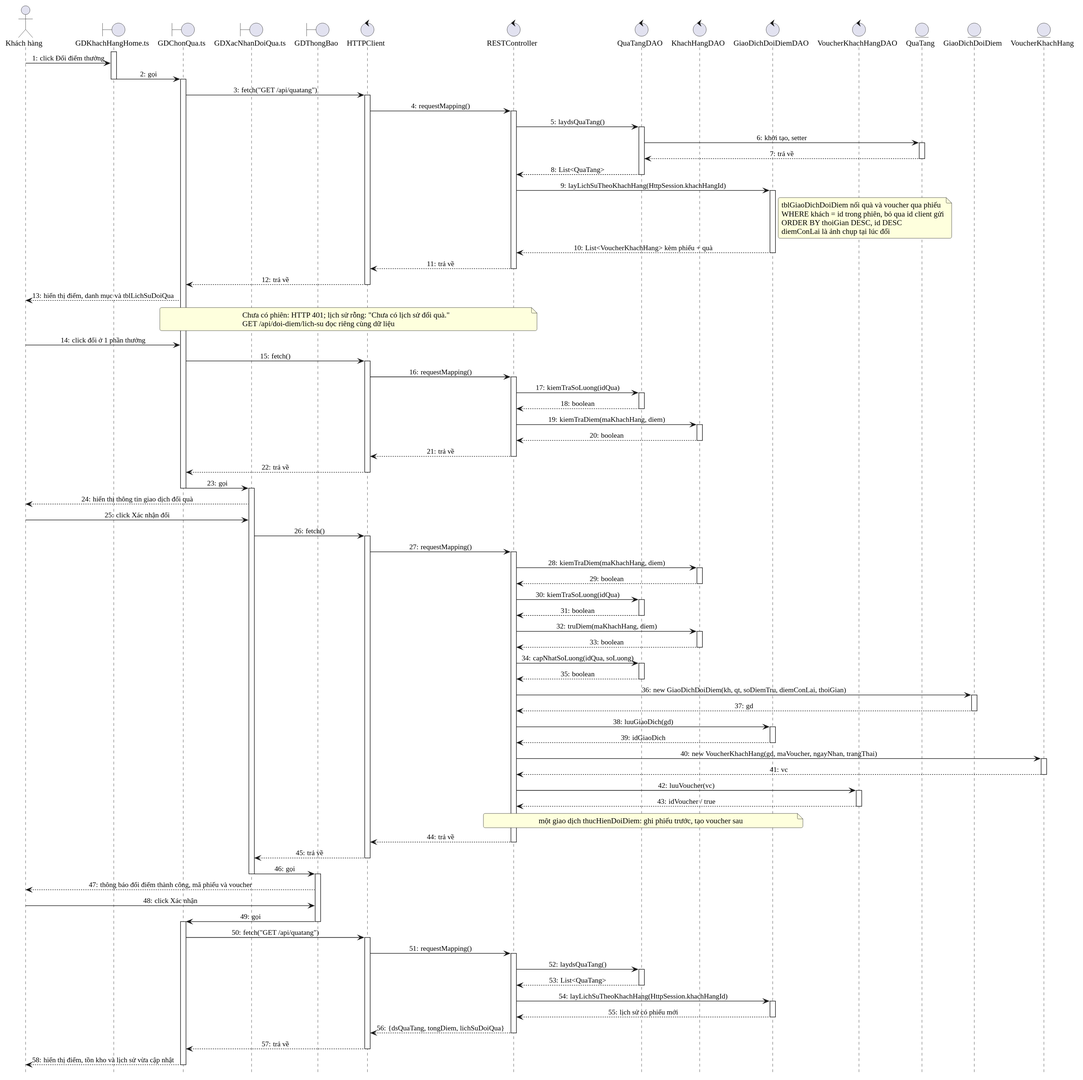
Above: diagrams/out/hinh-3-25-tuan-tu-doi-diem.svg in 22imer/PTTK-CineMan (PlantUML), before the change.
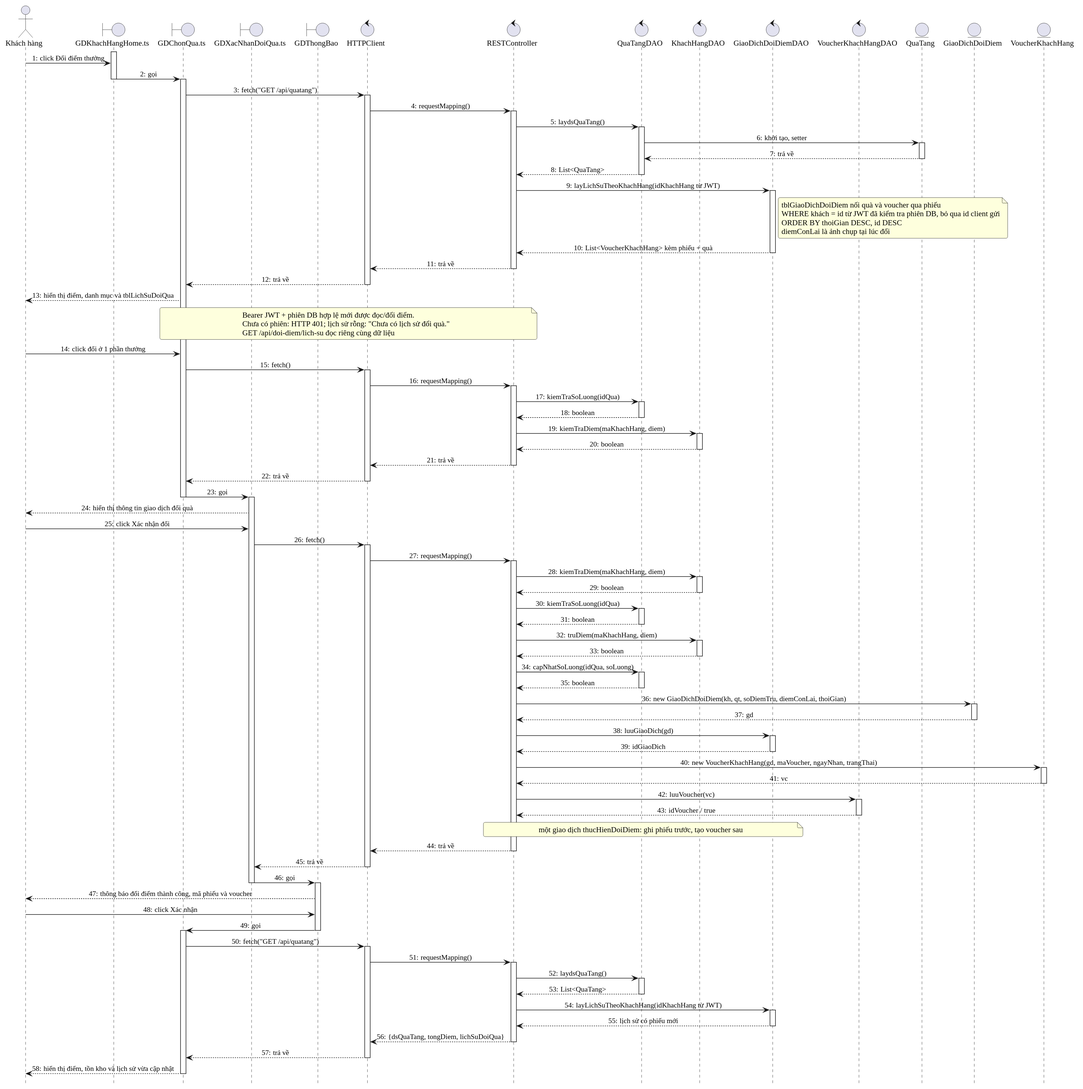
Later version of the same file.

Diff of the diagram source:
```diff
@@ -40,10 +40,10 @@
 QTD -> QTE ++ : khởi tạo, setter
 QTE --> QTD -- : trả về
 QTD --> RC -- : List<QuaTang>
-RC -> GDD ++ : layLichSuTheoKhachHang(HttpSession.khachHangId)
+RC -> GDD ++ : layLichSuTheoKhachHang(idKhachHang từ JWT)
 note right of GDD
   tblGiaoDichDoiDiem nối quà và voucher qua phiếu
-  WHERE khách = id trong phiên, bỏ qua id client gửi
+  WHERE khách = id từ JWT đã kiểm tra phiên DB, bỏ qua id client gửi
   ORDER BY thoiGian DESC, id DESC
   diemConLai là ảnh chụp tại lúc đổi
 end note
@@ -51,7 +51,7 @@
 RC --> HC -- : trả về
 HC --> CQ -- : trả về
 CQ --> KH : hiển thị điểm, danh mục và tblLichSuDoiQua
-note over CQ, RC : Chưa có phiên: HTTP 401; lịch sử rỗng: "Chưa có lịch sử đổi quà."\nGET /api/doi-diem/lich-su đọc riêng cùng dữ liệu
+note over CQ, RC : Bearer JWT + phiên DB hợp lệ mới được đọc/đổi điểm.\nChưa có phiên: HTTP 401; lịch sử rỗng: "Chưa có lịch sử đổi quà."\nGET /api/doi-diem/lich-su đọc riêng cùng dữ liệu
 
 KH -> CQ : click đổi ở 1 phần thưởng
 CQ -> HC ++ : fetch()
@@ -101,7 +101,7 @@
 HC -> RC ++ : requestMapping()
 RC -> QTD ++ : laydsQuaTang()
 QTD --> RC -- : List<QuaTang>
-RC -> GDD ++ : layLichSuTheoKhachHang(HttpSession.khachHangId)
+RC -> GDD ++ : layLichSuTheoKhachHang(idKhachHang từ JWT)
 GDD --> RC -- : lịch sử có phiếu mới
 RC --> HC -- : {dsQuaTang, tongDiem, lichSuDoiQua}
 HC --> CQ -- : trả về
```
